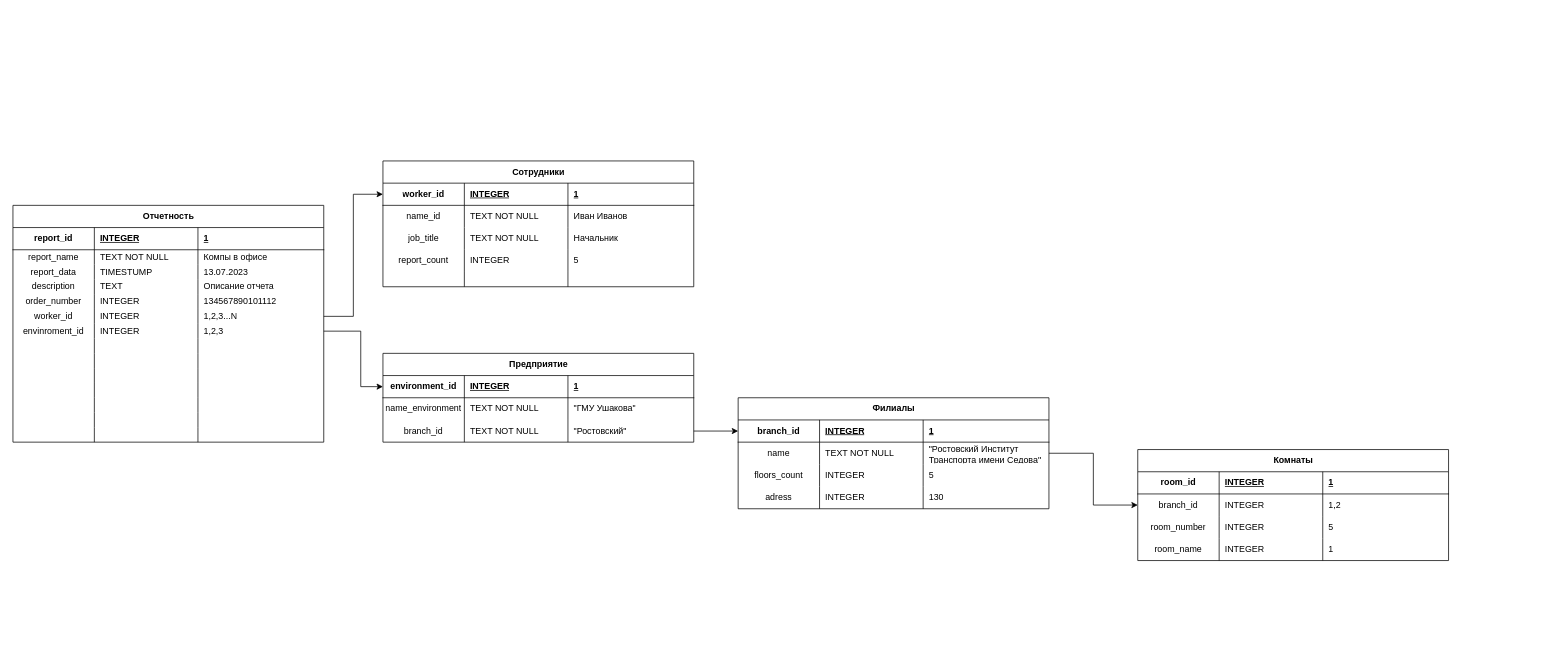
Before: database/database.drawio in RedContain/diplom, a draw.io diagram. Source tidied: cells renumbered, new cells numbered last; positions are measured from the earlier drawing's top-left corner, leaving out a move shared by most shapes. Both pictures are drawn from the tidied source at 74%, with x=0, y=0 at pixel (13, 161).
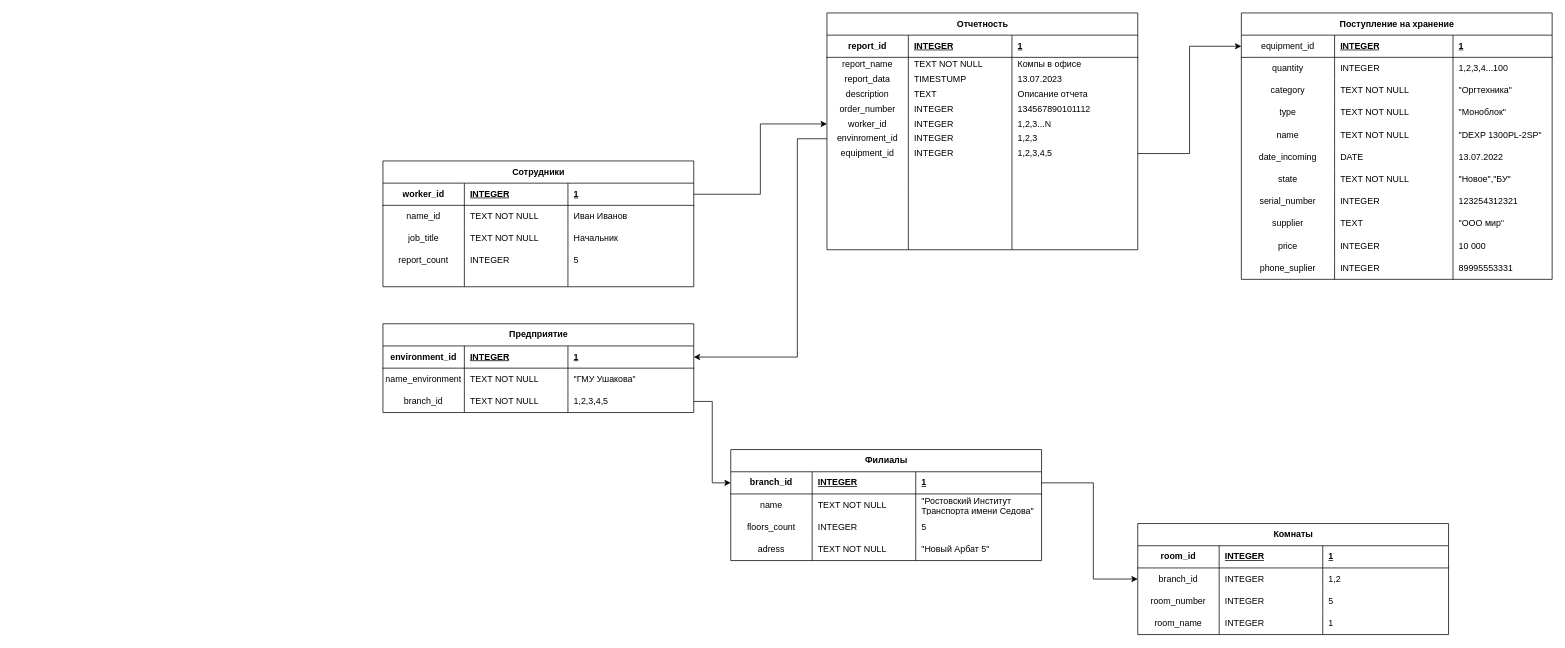
The same diagram, later.

Commit message:
Обновлено до нормального состояния

The change refers to these unchanged cells:
```xml
<mxCell id="3" style="shape=tableRow;horizontal=0;startSize=0;swimlaneHead=0;swimlaneBody=0;fillColor=none;points=[[0,0.5],[1,0.5]];portConstraint=eastwest;top=0;left=0;right=0;bottom=1;" parent="2" vertex="1">
  <mxGeometry y="30" width="420" height="30" as="geometry" />
</mxCell>
<mxCell id="44" style="shape=tableRow;horizontal=0;startSize=0;swimlaneHead=0;swimlaneBody=0;fillColor=none;points=[[0,0.5],[1,0.5]];portConstraint=eastwest;top=0;left=0;right=0;bottom=0;" parent="23" vertex="1">
  <mxGeometry y="140" width="420" height="20" as="geometry" />
</mxCell>
<mxCell id="48" style="shape=tableRow;horizontal=0;startSize=0;swimlaneHead=0;swimlaneBody=0;fillColor=none;points=[[0,0.5],[1,0.5]];portConstraint=eastwest;top=0;left=0;right=0;bottom=0;" parent="23" vertex="1">
  <mxGeometry y="160" width="420" height="20" as="geometry" />
</mxCell>
<mxCell id="52" style="shape=tableRow;horizontal=0;startSize=0;swimlaneHead=0;swimlaneBody=0;fillColor=none;points=[[0,0.5],[1,0.5]];portConstraint=eastwest;top=0;left=0;right=0;bottom=0;" parent="23" vertex="1">
  <mxGeometry y="180" width="420" height="20" as="geometry" />
</mxCell>
<mxCell id="82" style="shape=tableRow;horizontal=0;startSize=0;swimlaneHead=0;swimlaneBody=0;fillColor=none;points=[[0,0.5],[1,0.5]];portConstraint=eastwest;top=0;left=0;right=0;bottom=1;" parent="81" vertex="1">
  <mxGeometry y="30" width="420" height="30" as="geometry" />
</mxCell>
<mxCell id="90" style="shape=tableRow;horizontal=0;startSize=0;swimlaneHead=0;swimlaneBody=0;fillColor=none;points=[[0,0.5],[1,0.5]];portConstraint=eastwest;top=0;left=0;right=0;bottom=0;" parent="81" vertex="1">
  <mxGeometry y="90" width="420" height="30" as="geometry" />
</mxCell>
<mxCell id="96" style="shape=tableRow;horizontal=0;startSize=0;swimlaneHead=0;swimlaneBody=0;fillColor=none;points=[[0,0.5],[1,0.5]];portConstraint=eastwest;top=0;left=0;right=0;bottom=1;" parent="95" vertex="1">
  <mxGeometry y="30" width="420" height="30" as="geometry" />
</mxCell>
<mxCell id="100" style="shape=tableRow;horizontal=0;startSize=0;swimlaneHead=0;swimlaneBody=0;fillColor=none;points=[[0,0.5],[1,0.5]];portConstraint=eastwest;top=0;left=0;right=0;bottom=0;" parent="95" vertex="1">
  <mxGeometry y="60" width="420" height="30" as="geometry" />
</mxCell>
<mxCell id="108" style="shape=tableRow;horizontal=0;startSize=0;swimlaneHead=0;swimlaneBody=0;fillColor=none;top=0;left=0;right=0;bottom=0;" parent="95" vertex="1">
  <mxGeometry y="120" width="420" height="30" as="geometry" />
</mxCell>
<mxCell id="118" style="shape=tableRow;horizontal=0;startSize=0;swimlaneHead=0;swimlaneBody=0;fillColor=none;points=[[0,0.5],[1,0.5]];portConstraint=eastwest;top=0;left=0;right=0;bottom=0;" parent="113" vertex="1">
  <mxGeometry y="60" width="420" height="30" as="geometry" />
</mxCell>
```

Change to the diagram source:
```diff
@@
     <mxCell id="23" value="Отчетность" style="shape=table;startSize=30;childLayout=tableLayout;rowLines=0;fontStyle=1;align=center;html=1;columnLines=1;resizeLastRow=0;absoluteArcSize=0;noLabel=0;" parent="1" vertex="1">
-      <mxGeometry y="60" width="420" height="320" as="geometry" />
+      <mxGeometry x="1100" y="-200" width="420" height="320" as="geometry" />
     </mxCell>
@@
-    <mxCell id="53" style="shape=partialRectangle;fillColor=none;top=0;left=0;bottom=0;right=0;overflow=hidden;whiteSpace=wrap;html=1;" parent="52" vertex="1">
+    <mxCell id="53" value="equipment_id" style="shape=partialRectangle;fillColor=none;top=0;left=0;bottom=0;right=0;overflow=hidden;whiteSpace=wrap;html=1;" parent="52" vertex="1">
       <mxGeometry width="110" height="20" as="geometry" />
     </mxCell>
-    <mxCell id="54" style="shape=partialRectangle;fillColor=none;top=0;left=0;bottom=0;right=0;align=left;spacingLeft=6;overflow=hidden;whiteSpace=wrap;html=1;" parent="52" vertex="1">
+    <mxCell id="54" value="INTEGER" style="shape=partialRectangle;fillColor=none;top=0;left=0;bottom=0;right=0;align=left;spacingLeft=6;overflow=hidden;whiteSpace=wrap;html=1;" parent="52" vertex="1">
       <mxGeometry x="110" width="140" height="20" as="geometry" />
     </mxCell>
-    <mxCell id="55" style="shape=partialRectangle;fillColor=none;top=0;left=0;bottom=0;right=0;align=left;spacingLeft=6;overflow=hidden;whiteSpace=wrap;html=1;" parent="52" vertex="1">
+    <mxCell id="55" value="1,2,3,4,5" style="shape=partialRectangle;fillColor=none;top=0;left=0;bottom=0;right=0;align=left;spacingLeft=6;overflow=hidden;whiteSpace=wrap;html=1;" parent="52" vertex="1">
       <mxGeometry x="250" width="170" height="20" as="geometry" />
     </mxCell>
@@
-    <mxCell id="80" style="edgeStyle=orthogonalEdgeStyle;rounded=0;jettySize=auto;html=1;entryX=0;entryY=0.5;entryDx=0;entryDy=0;" parent="1" edge="1" source="44" target="3">
-      <mxGeometry relative="1" as="geometry">
-        <Array as="points">
-          <mxPoint x="460" y="210" />
-          <mxPoint x="460" y="45" />
-        </Array>
-      </mxGeometry>
-    </mxCell>
     <mxCell id="81" value="Предприятие" style="shape=table;startSize=30;childLayout=tableLayout;rowLines=0;fontStyle=1;align=center;html=1;columnLines=1;resizeLastRow=0;absoluteArcSize=0;noLabel=0;" parent="1" vertex="1">
-      <mxGeometry x="500" y="260" width="420" height="120" as="geometry" />
+      <mxGeometry x="500" y="220" width="420" height="120" as="geometry" />
     </mxCell>
@@
-    <mxCell id="93" value="&quot;Ростовский&quot;" style="shape=partialRectangle;fillColor=none;top=0;left=0;bottom=0;right=0;align=left;spacingLeft=6;overflow=hidden;whiteSpace=wrap;html=1;" parent="90" vertex="1">
+    <mxCell id="93" value="1,2,3,4,5" style="shape=partialRectangle;fillColor=none;top=0;left=0;bottom=0;right=0;align=left;spacingLeft=6;overflow=hidden;whiteSpace=wrap;html=1;" parent="90" vertex="1">
       <mxGeometry x="250" width="170" height="30" as="geometry" />
     </mxCell>
-    <mxCell id="94" style="edgeStyle=orthogonalEdgeStyle;rounded=0;jettySize=auto;html=1;entryX=0;entryY=0.5;entryDx=0;entryDy=0;" parent="1" edge="1" source="48" target="82">
-      <mxGeometry relative="1" as="geometry">
-        <Array as="points">
-          <mxPoint x="470" y="230" />
-          <mxPoint x="470" y="305" />
-        </Array>
-      </mxGeometry>
-    </mxCell>
     <mxCell id="95" value="Филиалы" style="shape=table;startSize=30;childLayout=tableLayout;rowLines=0;fontStyle=1;align=center;html=1;columnLines=1;resizeLastRow=0;absoluteArcSize=0;noLabel=0;" parent="1" vertex="1">
-      <mxGeometry x="980" y="320" width="420" height="150" as="geometry" />
+      <mxGeometry x="970" y="390" width="420" height="150" as="geometry" />
     </mxCell>
@@
-    <mxCell id="110" value="INTEGER" style="shape=partialRectangle;fillColor=none;top=0;left=0;bottom=0;right=0;align=left;spacingLeft=6;overflow=hidden;whiteSpace=wrap;html=1;" parent="108" vertex="1">
+    <mxCell id="110" value="TEXT NOT NULL" style="shape=partialRectangle;fillColor=none;top=0;left=0;bottom=0;right=0;align=left;spacingLeft=6;overflow=hidden;whiteSpace=wrap;html=1;" parent="108" vertex="1">
       <mxGeometry x="110" width="140" height="30" as="geometry" />
     </mxCell>
-    <mxCell id="111" value="130" style="shape=partialRectangle;fillColor=none;top=0;left=0;bottom=0;right=0;align=left;spacingLeft=6;overflow=hidden;whiteSpace=wrap;html=1;" parent="108" vertex="1">
+    <mxCell id="111" value="&quot;Новый Арбат 5&quot;" style="shape=partialRectangle;fillColor=none;top=0;left=0;bottom=0;right=0;align=left;spacingLeft=6;overflow=hidden;whiteSpace=wrap;html=1;" parent="108" vertex="1">
       <mxGeometry x="250" width="170" height="30" as="geometry" />
     </mxCell>
@@
     <mxCell id="113" value="Комнаты" style="shape=table;startSize=30;childLayout=tableLayout;rowLines=0;fontStyle=1;align=center;html=1;columnLines=1;resizeLastRow=0;absoluteArcSize=0;noLabel=0;" parent="1" vertex="1">
-      <mxGeometry x="1520" y="390" width="420" height="150" as="geometry" />
+      <mxGeometry x="1520" y="490" width="420" height="150" as="geometry" />
     </mxCell>
@@
-    <mxCell id="130" style="edgeStyle=orthogonalEdgeStyle;rounded=0;jettySize=auto;html=1;entryX=0;entryY=0.5;entryDx=0;entryDy=0;" parent="1" edge="1" source="100" target="118">
-      <mxGeometry relative="1" as="geometry" />
-    </mxCell>
+    <mxCell id="131" style="edgeStyle=orthogonalEdgeStyle;rounded=0;jettySize=auto;html=1;entryX=0;entryY=0.5;entryDx=0;entryDy=0;" parent="1" edge="1" source="96" target="118">
+      <mxGeometry relative="1" as="geometry">
+        <Array as="points">
+          <mxPoint x="1460" y="435" />
+          <mxPoint x="1460" y="565" />
+        </Array>
+      </mxGeometry>
+    </mxCell>
+    <mxCell id="132" style="edgeStyle=orthogonalEdgeStyle;rounded=0;jettySize=auto;html=1;entryX=0;entryY=0.5;entryDx=0;entryDy=0;" parent="1" edge="1" source="3" target="44">
+      <mxGeometry relative="1" as="geometry" />
+    </mxCell>
+    <mxCell id="94" style="edgeStyle=orthogonalEdgeStyle;rounded=0;jettySize=auto;html=1;entryX=1;entryY=0.5;entryDx=0;entryDy=0;" parent="1" edge="1" source="48" target="82">
+      <mxGeometry relative="1" as="geometry">
+        <Array as="points">
+          <mxPoint x="1060" y="-30" />
+          <mxPoint x="1060" y="265" />
+        </Array>
+      </mxGeometry>
+    </mxCell>
+    <mxCell id="133" value="Поступление на хранение" style="shape=table;startSize=30;childLayout=tableLayout;rowLines=0;fontStyle=1;align=center;html=1;columnLines=1;resizeLastRow=0;absoluteArcSize=0;noLabel=0;" parent="1" vertex="1">
+      <mxGeometry x="1660" y="-200" width="420" height="360" as="geometry" />
+    </mxCell>
+    <mxCell id="134" style="shape=tableRow;horizontal=0;startSize=0;swimlaneHead=0;swimlaneBody=0;fillColor=none;points=[[0,0.5],[1,0.5]];portConstraint=eastwest;top=0;left=0;right=0;bottom=1;" parent="133" vertex="1">
+      <mxGeometry y="30" width="420" height="30" as="geometry" />
+    </mxCell>
+    <mxCell id="135" value="&lt;span style=&quot;font-weight: 400;&quot;&gt;equipment_id&lt;/span&gt;" style="shape=partialRectangle;fillColor=none;top=0;left=0;bottom=0;right=0;fontStyle=1;overflow=hidden;whiteSpace=wrap;html=1;" parent="134" vertex="1">
+      <mxGeometry width="126" height="30" as="geometry" />
+    </mxCell>
+    <mxCell id="136" value="INTEGER" style="shape=partialRectangle;fillColor=none;top=0;left=0;bottom=0;right=0;align=left;spacingLeft=6;fontStyle=5;overflow=hidden;whiteSpace=wrap;html=1;" parent="134" vertex="1">
+      <mxGeometry x="126" width="160" height="30" as="geometry" />
+    </mxCell>
+    <mxCell id="137" value="1" style="shape=partialRectangle;fillColor=none;top=0;left=0;bottom=0;right=0;align=left;spacingLeft=6;fontStyle=5;overflow=hidden;whiteSpace=wrap;html=1;" parent="134" vertex="1">
+      <mxGeometry x="286" width="134" height="30" as="geometry" />
+    </mxCell>
+    <mxCell id="138" style="shape=tableRow;horizontal=0;startSize=0;swimlaneHead=0;swimlaneBody=0;fillColor=none;top=0;left=0;right=0;bottom=0;" parent="133" vertex="1">
+      <mxGeometry y="60" width="420" height="30" as="geometry" />
+    </mxCell>
+    <mxCell id="139" value="quantity" style="shape=partialRectangle;fillColor=none;top=0;left=0;bottom=0;right=0;overflow=hidden;whiteSpace=wrap;html=1;" parent="138" vertex="1">
+      <mxGeometry width="126" height="30" as="geometry" />
+    </mxCell>
+    <mxCell id="140" value="INTEGER" style="shape=partialRectangle;fillColor=none;top=0;left=0;bottom=0;right=0;align=left;spacingLeft=6;overflow=hidden;whiteSpace=wrap;html=1;" parent="138" vertex="1">
+      <mxGeometry x="126" width="160" height="30" as="geometry" />
+    </mxCell>
+    <mxCell id="141" value="1,2,3,4...100" style="shape=partialRectangle;fillColor=none;top=0;left=0;bottom=0;right=0;align=left;spacingLeft=6;overflow=hidden;whiteSpace=wrap;html=1;" parent="138" vertex="1">
+      <mxGeometry x="286" width="134" height="30" as="geometry" />
+    </mxCell>
+    <mxCell id="142" style="shape=tableRow;horizontal=0;startSize=0;swimlaneHead=0;swimlaneBody=0;fillColor=none;top=0;left=0;right=0;bottom=0;" parent="133" vertex="1">
+      <mxGeometry y="90" width="420" height="30" as="geometry" />
+    </mxCell>
+    <mxCell id="143" value="category" style="shape=partialRectangle;fillColor=none;top=0;left=0;bottom=0;right=0;overflow=hidden;whiteSpace=wrap;html=1;" parent="142" vertex="1">
+      <mxGeometry width="126" height="30" as="geometry" />
+    </mxCell>
+    <mxCell id="144" value="TEXT NOT NULL" style="shape=partialRectangle;fillColor=none;top=0;left=0;bottom=0;right=0;align=left;spacingLeft=6;overflow=hidden;whiteSpace=wrap;html=1;" parent="142" vertex="1">
+      <mxGeometry x="126" width="160" height="30" as="geometry" />
+    </mxCell>
+    <mxCell id="145" value="&quot;Оргтехника&quot;" style="shape=partialRectangle;fillColor=none;top=0;left=0;bottom=0;right=0;align=left;spacingLeft=6;overflow=hidden;whiteSpace=wrap;html=1;" parent="142" vertex="1">
+      <mxGeometry x="286" width="134" height="30" as="geometry" />
+    </mxCell>
+    <mxCell id="146" style="shape=tableRow;horizontal=0;startSize=0;swimlaneHead=0;swimlaneBody=0;fillColor=none;top=0;left=0;right=0;bottom=0;" parent="133" vertex="1">
+      <mxGeometry y="120" width="420" height="30" as="geometry" />
+    </mxCell>
+    <mxCell id="147" value="type" style="shape=partialRectangle;fillColor=none;top=0;left=0;bottom=0;right=0;overflow=hidden;whiteSpace=wrap;html=1;" parent="146" vertex="1">
+      <mxGeometry width="126" height="30" as="geometry" />
+    </mxCell>
+    <mxCell id="148" value="TEXT NOT NULL" style="shape=partialRectangle;fillColor=none;top=0;left=0;bottom=0;right=0;align=left;spacingLeft=6;overflow=hidden;whiteSpace=wrap;html=1;" parent="146" vertex="1">
+      <mxGeometry x="126" width="160" height="30" as="geometry" />
+    </mxCell>
+    <mxCell id="149" value="&quot;Моноблок&quot;" style="shape=partialRectangle;fillColor=none;top=0;left=0;bottom=0;right=0;align=left;spacingLeft=6;overflow=hidden;whiteSpace=wrap;html=1;" parent="146" vertex="1">
+      <mxGeometry x="286" width="134" height="30" as="geometry" />
+    </mxCell>
+    <mxCell id="150" style="shape=tableRow;horizontal=0;startSize=0;swimlaneHead=0;swimlaneBody=0;fillColor=none;top=0;left=0;right=0;bottom=0;" parent="133" vertex="1">
+      <mxGeometry y="150" width="420" height="30" as="geometry" />
+    </mxCell>
+    <mxCell id="151" value="name" style="shape=partialRectangle;fillColor=none;top=0;left=0;bottom=0;right=0;overflow=hidden;whiteSpace=wrap;html=1;" parent="150" vertex="1">
+      <mxGeometry width="126" height="30" as="geometry" />
+    </mxCell>
+    <mxCell id="152" value="TEXT NOT NULL" style="shape=partialRectangle;fillColor=none;top=0;left=0;bottom=0;right=0;align=left;spacingLeft=6;overflow=hidden;whiteSpace=wrap;html=1;" parent="150" vertex="1">
+      <mxGeometry x="126" width="160" height="30" as="geometry" />
+    </mxCell>
+    <mxCell id="153" value="&quot;DEXP 1300PL-2SP&quot;" style="shape=partialRectangle;fillColor=none;top=0;left=0;bottom=0;right=0;align=left;spacingLeft=6;overflow=hidden;whiteSpace=wrap;html=1;" parent="150" vertex="1">
+      <mxGeometry x="286" width="134" height="30" as="geometry" />
+    </mxCell>
+    <mxCell id="154" style="shape=tableRow;horizontal=0;startSize=0;swimlaneHead=0;swimlaneBody=0;fillColor=none;top=0;left=0;right=0;bottom=0;" parent="133" vertex="1">
+      <mxGeometry y="180" width="420" height="30" as="geometry" />
+    </mxCell>
+    <mxCell id="155" value="date_incoming" style="shape=partialRectangle;fillColor=none;top=0;left=0;bottom=0;right=0;overflow=hidden;whiteSpace=wrap;html=1;" parent="154" vertex="1">
+      <mxGeometry width="126" height="30" as="geometry" />
+    </mxCell>
+    <mxCell id="156" value="DATE" style="shape=partialRectangle;fillColor=none;top=0;left=0;bottom=0;right=0;align=left;spacingLeft=6;overflow=hidden;whiteSpace=wrap;html=1;" parent="154" vertex="1">
+      <mxGeometry x="126" width="160" height="30" as="geometry" />
+    </mxCell>
+    <mxCell id="157" value="13.07.2022" style="shape=partialRectangle;fillColor=none;top=0;left=0;bottom=0;right=0;align=left;spacingLeft=6;overflow=hidden;whiteSpace=wrap;html=1;" parent="154" vertex="1">
+      <mxGeometry x="286" width="134" height="30" as="geometry" />
+    </mxCell>
+    <mxCell id="158" style="shape=tableRow;horizontal=0;startSize=0;swimlaneHead=0;swimlaneBody=0;fillColor=none;top=0;left=0;right=0;bottom=0;" parent="133" vertex="1">
+      <mxGeometry y="210" width="420" height="30" as="geometry" />
+    </mxCell>
+    <mxCell id="159" value="state" style="shape=partialRectangle;fillColor=none;top=0;left=0;bottom=0;right=0;overflow=hidden;whiteSpace=wrap;html=1;" parent="158" vertex="1">
+      <mxGeometry width="126" height="30" as="geometry" />
+    </mxCell>
+    <mxCell id="160" value="TEXT NOT NULL" style="shape=partialRectangle;fillColor=none;top=0;left=0;bottom=0;right=0;align=left;spacingLeft=6;overflow=hidden;whiteSpace=wrap;html=1;" parent="158" vertex="1">
+      <mxGeometry x="126" width="160" height="30" as="geometry" />
+    </mxCell>
+    <mxCell id="161" value="&quot;Новое&quot;,&quot;БУ&quot;" style="shape=partialRectangle;fillColor=none;top=0;left=0;bottom=0;right=0;align=left;spacingLeft=6;overflow=hidden;whiteSpace=wrap;html=1;" parent="158" vertex="1">
+      <mxGeometry x="286" width="134" height="30" as="geometry" />
+    </mxCell>
+    <mxCell id="162" style="shape=tableRow;horizontal=0;startSize=0;swimlaneHead=0;swimlaneBody=0;fillColor=none;top=0;left=0;right=0;bottom=0;" parent="133" vertex="1">
+      <mxGeometry y="240" width="420" height="30" as="geometry" />
+    </mxCell>
+    <mxCell id="163" value="serial_number" style="shape=partialRectangle;fillColor=none;top=0;left=0;bottom=0;right=0;overflow=hidden;whiteSpace=wrap;html=1;" parent="162" vertex="1">
+      <mxGeometry width="126" height="30" as="geometry" />
+    </mxCell>
+    <mxCell id="164" value="INTEGER" style="shape=partialRectangle;fillColor=none;top=0;left=0;bottom=0;right=0;align=left;spacingLeft=6;overflow=hidden;whiteSpace=wrap;html=1;" parent="162" vertex="1">
+      <mxGeometry x="126" width="160" height="30" as="geometry" />
+    </mxCell>
+    <mxCell id="165" value="123254312321" style="shape=partialRectangle;fillColor=none;top=0;left=0;bottom=0;right=0;align=left;spacingLeft=6;overflow=hidden;whiteSpace=wrap;html=1;" parent="162" vertex="1">
+      <mxGeometry x="286" width="134" height="30" as="geometry" />
+    </mxCell>
+    <mxCell id="166" style="shape=tableRow;horizontal=0;startSize=0;swimlaneHead=0;swimlaneBody=0;fillColor=none;top=0;left=0;right=0;bottom=0;" parent="133" vertex="1">
+      <mxGeometry y="270" width="420" height="30" as="geometry" />
+    </mxCell>
+    <mxCell id="167" value="supplier" style="shape=partialRectangle;fillColor=none;top=0;left=0;bottom=0;right=0;overflow=hidden;whiteSpace=wrap;html=1;" parent="166" vertex="1">
+      <mxGeometry width="126" height="30" as="geometry" />
+    </mxCell>
+    <mxCell id="168" value="TEXT" style="shape=partialRectangle;fillColor=none;top=0;left=0;bottom=0;right=0;align=left;spacingLeft=6;overflow=hidden;whiteSpace=wrap;html=1;" parent="166" vertex="1">
+      <mxGeometry x="126" width="160" height="30" as="geometry" />
+    </mxCell>
+    <mxCell id="169" value="&quot;ООО мир&quot;" style="shape=partialRectangle;fillColor=none;top=0;left=0;bottom=0;right=0;align=left;spacingLeft=6;overflow=hidden;whiteSpace=wrap;html=1;" parent="166" vertex="1">
+      <mxGeometry x="286" width="134" height="30" as="geometry" />
+    </mxCell>
+    <mxCell id="170" style="shape=tableRow;horizontal=0;startSize=0;swimlaneHead=0;swimlaneBody=0;fillColor=none;top=0;left=0;right=0;bottom=0;" parent="133" vertex="1">
+      <mxGeometry y="300" width="420" height="30" as="geometry" />
+    </mxCell>
+    <mxCell id="171" value="price" style="shape=partialRectangle;fillColor=none;top=0;left=0;bottom=0;right=0;overflow=hidden;whiteSpace=wrap;html=1;" parent="170" vertex="1">
+      <mxGeometry width="126" height="30" as="geometry" />
+    </mxCell>
+    <mxCell id="172" value="INTEGER" style="shape=partialRectangle;fillColor=none;top=0;left=0;bottom=0;right=0;align=left;spacingLeft=6;overflow=hidden;whiteSpace=wrap;html=1;" parent="170" vertex="1">
+      <mxGeometry x="126" width="160" height="30" as="geometry" />
+    </mxCell>
+    <mxCell id="173" value="10 000" style="shape=partialRectangle;fillColor=none;top=0;left=0;bottom=0;right=0;align=left;spacingLeft=6;overflow=hidden;whiteSpace=wrap;html=1;" parent="170" vertex="1">
+      <mxGeometry x="286" width="134" height="30" as="geometry" />
+    </mxCell>
+    <mxCell id="174" style="shape=tableRow;horizontal=0;startSize=0;swimlaneHead=0;swimlaneBody=0;fillColor=none;top=0;left=0;right=0;bottom=0;" parent="133" vertex="1">
+      <mxGeometry y="330" width="420" height="30" as="geometry" />
+    </mxCell>
+    <mxCell id="175" value="phone_suplier" style="shape=partialRectangle;fillColor=none;top=0;left=0;bottom=0;right=0;overflow=hidden;whiteSpace=wrap;html=1;" parent="174" vertex="1">
+      <mxGeometry width="126" height="30" as="geometry" />
+    </mxCell>
+    <mxCell id="176" value="INTEGER" style="shape=partialRectangle;fillColor=none;top=0;left=0;bottom=0;right=0;align=left;spacingLeft=6;overflow=hidden;whiteSpace=wrap;html=1;" parent="174" vertex="1">
+      <mxGeometry x="126" width="160" height="30" as="geometry" />
+    </mxCell>
+    <mxCell id="177" value="89995553331" style="shape=partialRectangle;fillColor=none;top=0;left=0;bottom=0;right=0;align=left;spacingLeft=6;overflow=hidden;whiteSpace=wrap;html=1;" parent="174" vertex="1">
+      <mxGeometry x="286" width="134" height="30" as="geometry" />
+    </mxCell>
+    <mxCell id="178" style="edgeStyle=orthogonalEdgeStyle;rounded=0;jettySize=auto;html=1;entryX=0;entryY=0.5;entryDx=0;entryDy=0;" parent="1" edge="1" source="52" target="134">
+      <mxGeometry relative="1" as="geometry" />
+    </mxCell>
```
